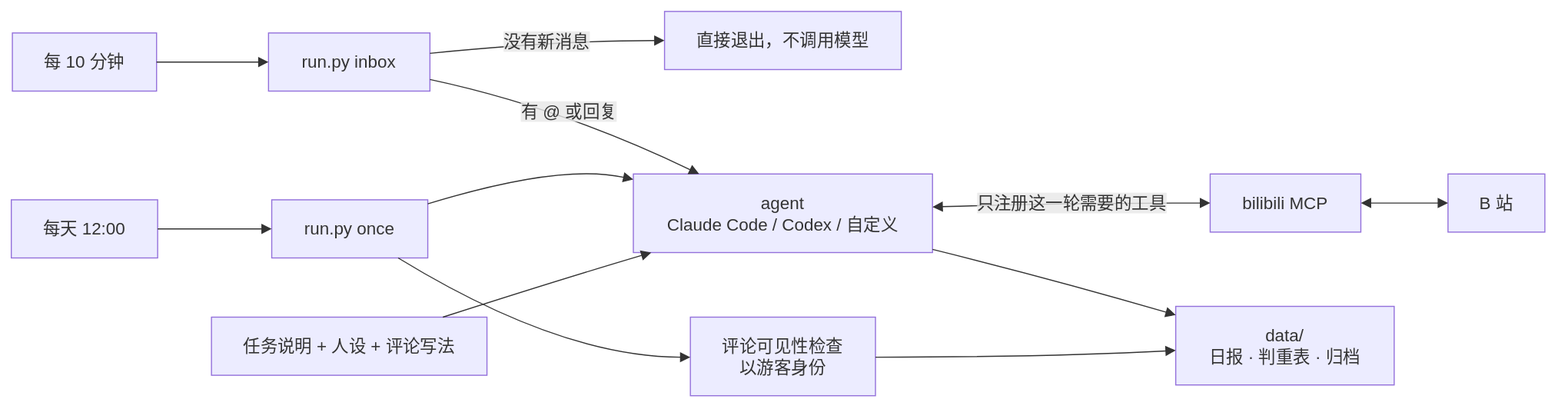
This is docs/architecture.drawio.svg from Jcxu97/claude-bili-scroll, a draw.io export, as it was before one commit. Source tidied: cells renumbered, new cells last; positions are measured from the earlier drawing's top-left corner, leaving out a move shared by most shapes. Source of this version:
```xml
<mxGraphModel>
  <root>
    <mxCell id="0" />
    <mxCell id="1" parent="0" />
    <mxCell id="2" value="每天 12:00" style="html=1;whiteSpace=wrap;strokeWidth=1;fillColor=light-dark(#ECECFF,#1f2020);strokeColor=light-dark(#9370DB,#cccccc);fontColor=light-dark(#333333,#cccccc);fontFamily=Trebuchet MS,Verdana,Arial,sans-serif;fontSize=16;" parent="1" vertex="1">
      <mxGeometry y="175" width="136" height="54" as="geometry" />
    </mxCell>
    <mxCell id="3" value="run.py once" style="html=1;whiteSpace=wrap;strokeWidth=1;fillColor=light-dark(#ECECFF,#1f2020);strokeColor=light-dark(#9370DB,#cccccc);fontColor=light-dark(#333333,#cccccc);fontFamily=Trebuchet MS,Verdana,Arial,sans-serif;fontSize=16;" parent="1" vertex="1">
      <mxGeometry x="242" y="175" width="145" height="54" as="geometry" />
    </mxCell>
    <mxCell id="4" value="每 10 分钟" style="html=1;whiteSpace=wrap;strokeWidth=1;fillColor=light-dark(#ECECFF,#1f2020);strokeColor=light-dark(#9370DB,#cccccc);fontColor=light-dark(#333333,#cccccc);fontFamily=Trebuchet MS,Verdana,Arial,sans-serif;fontSize=16;" parent="1" vertex="1">
      <mxGeometry x="1" y="20" width="134" height="54" as="geometry" />
    </mxCell>
    <mxCell id="5" value="run.py inbox" style="html=1;whiteSpace=wrap;strokeWidth=1;fillColor=light-dark(#ECECFF,#1f2020);strokeColor=light-dark(#9370DB,#cccccc);fontColor=light-dark(#333333,#cccccc);fontFamily=Trebuchet MS,Verdana,Arial,sans-serif;fontSize=16;" parent="1" vertex="1">
      <mxGeometry x="239" y="20" width="150" height="54" as="geometry" />
    </mxCell>
    <mxCell id="6" value="直接退出，不调用模型" style="html=1;whiteSpace=wrap;strokeWidth=1;fillColor=light-dark(#ECECFF,#1f2020);strokeColor=light-dark(#9370DB,#cccccc);fontColor=light-dark(#333333,#cccccc);fontFamily=Trebuchet MS,Verdana,Arial,sans-serif;fontSize=16;" parent="1" vertex="1">
      <mxGeometry x="607" width="220" height="54" as="geometry" />
    </mxCell>
    <mxCell id="7" value="agent&#10;Claude Code / Codex / 自定义" style="html=1;whiteSpace=wrap;strokeWidth=1;fillColor=light-dark(#ECECFF,#1f2020);strokeColor=light-dark(#9370DB,#cccccc);fontColor=light-dark(#333333,#cccccc);fontFamily=Trebuchet MS,Verdana,Arial,sans-serif;fontSize=16;" parent="1" vertex="1">
      <mxGeometry x="578" y="151" width="278" height="73" as="geometry" />
    </mxCell>
    <mxCell id="8" value="任务说明 + 人设 + 评论写法" style="html=1;whiteSpace=wrap;strokeWidth=1;fillColor=light-dark(#ECECFF,#1f2020);strokeColor=light-dark(#9370DB,#cccccc);fontColor=light-dark(#333333,#cccccc);fontFamily=Trebuchet MS,Verdana,Arial,sans-serif;fontSize=16;" parent="1" vertex="1">
      <mxGeometry x="186" y="284" width="256" height="54" as="geometry" />
    </mxCell>
    <mxCell id="9" value="bilibili MCP" style="html=1;whiteSpace=wrap;strokeWidth=1;fillColor=light-dark(#ECECFF,#1f2020);strokeColor=light-dark(#9370DB,#cccccc);fontColor=light-dark(#333333,#cccccc);fontFamily=Trebuchet MS,Verdana,Arial,sans-serif;fontSize=16;" parent="1" vertex="1">
      <mxGeometry x="1114" y="151" width="140" height="54" as="geometry" />
    </mxCell>
    <mxCell id="10" value="B 站" style="html=1;whiteSpace=wrap;strokeWidth=1;fillColor=light-dark(#ECECFF,#1f2020);strokeColor=light-dark(#9370DB,#cccccc);fontColor=light-dark(#333333,#cccccc);fontFamily=Trebuchet MS,Verdana,Arial,sans-serif;fontSize=16;" parent="1" vertex="1">
      <mxGeometry x="1335" y="151" width="90" height="54" as="geometry" />
    </mxCell>
    <mxCell id="11" value="data/&#10;日报 · 判重表 · 归档" style="html=1;whiteSpace=wrap;strokeWidth=1;fillColor=light-dark(#ECECFF,#1f2020);strokeColor=light-dark(#9370DB,#cccccc);fontColor=light-dark(#333333,#cccccc);fontFamily=Trebuchet MS,Verdana,Arial,sans-serif;fontSize=16;" parent="1" vertex="1">
      <mxGeometry x="1082" y="274" width="203" height="73" as="geometry" />
    </mxCell>
    <mxCell id="12" value="评论可见性检查&#10;以游客身份" style="html=1;whiteSpace=wrap;strokeWidth=1;fillColor=light-dark(#ECECFF,#1f2020);strokeColor=light-dark(#9370DB,#cccccc);fontColor=light-dark(#333333,#cccccc);fontFamily=Trebuchet MS,Verdana,Arial,sans-serif;fontSize=16;" parent="1" vertex="1">
      <mxGeometry x="631" y="284" width="172" height="73" as="geometry" />
    </mxCell>
    <mxCell id="13" style="curved=1;startArrow=none;endArrow=block;endSize=7;strokeColor=light-dark(#333333,#cccccc);exitX=1;exitY=0.5;entryX=0;entryY=0.5;" parent="1" edge="1" source="2" target="3">
      <mxGeometry relative="1" as="geometry" />
    </mxCell>
    <mxCell id="14" style="curved=1;startArrow=none;endArrow=block;endSize=7;strokeColor=light-dark(#333333,#cccccc);exitX=1;exitY=0.5;entryX=0;entryY=0.5;" parent="1" edge="1" source="4" target="5">
      <mxGeometry relative="1" as="geometry" />
    </mxCell>
    <mxCell id="15" value="没有新消息" style="curved=1;startArrow=none;endArrow=block;endSize=7;strokeColor=light-dark(#333333,#cccccc);html=1;fontSize=16;labelBackgroundColor=light-dark(#E8E8E88D,#2a2a2a8D);fontFamily=Trebuchet MS,Verdana,Arial,sans-serif;fontColor=light-dark(#333333,#cccccc);exitX=1;exitY=0.35;entryX=0;entryY=0.5;" parent="1" edge="1" source="5" target="6">
      <mxGeometry relative="1" as="geometry">
        <Array as="points">
          <mxPoint x="510" y="27" />
        </Array>
      </mxGeometry>
    </mxCell>
    <mxCell id="16" value="有 @ 或回复" style="curved=1;startArrow=none;endArrow=block;endSize=7;strokeColor=light-dark(#333333,#cccccc);html=1;fontSize=16;labelBackgroundColor=light-dark(#E8E8E88D,#2a2a2a8D);fontFamily=Trebuchet MS,Verdana,Arial,sans-serif;fontColor=light-dark(#333333,#cccccc);exitX=1;exitY=0.8;entryX=0.22;entryY=0;" parent="1" edge="1" source="5" target="7">
      <mxGeometry relative="1" as="geometry">
        <Array as="points">
          <mxPoint x="510" y="89" />
        </Array>
      </mxGeometry>
    </mxCell>
    <mxCell id="17" style="curved=1;startArrow=none;endArrow=block;endSize=7;strokeColor=light-dark(#333333,#cccccc);exitX=1;exitY=0.07;entryX=0;entryY=0.07;" parent="1" edge="1" source="3" target="7">
      <mxGeometry relative="1" as="geometry">
        <Array as="points">
          <mxPoint x="510" y="141" />
        </Array>
      </mxGeometry>
    </mxCell>
    <mxCell id="18" style="curved=1;startArrow=none;endArrow=block;endSize=7;strokeColor=light-dark(#333333,#cccccc);exitX=0.84;exitY=0;entryX=0.06;entryY=1;" parent="1" edge="1" source="8" target="7">
      <mxGeometry relative="1" as="geometry">
        <Array as="points">
          <mxPoint x="510" y="249" />
        </Array>
      </mxGeometry>
    </mxCell>
    <mxCell id="19" value="只注册这一轮需要的工具" style="curved=1;startArrow=block;startSize=7;endArrow=block;endSize=7;strokeColor=light-dark(#333333,#cccccc);html=1;fontSize=16;labelBackgroundColor=light-dark(#E8E8E88D,#2a2a2a8D);fontFamily=Trebuchet MS,Verdana,Arial,sans-serif;fontColor=light-dark(#333333,#cccccc);exitX=1;exitY=0.42;entryX=0;entryY=0.5;" parent="1" edge="1" source="7" target="9">
      <mxGeometry relative="1" as="geometry">
        <Array as="points">
          <mxPoint x="969" y="178" />
        </Array>
      </mxGeometry>
    </mxCell>
    <mxCell id="20" style="curved=1;startArrow=block;startSize=7;endArrow=block;endSize=7;strokeColor=light-dark(#333333,#cccccc);exitX=1;exitY=0.5;entryX=0;entryY=0.5;" parent="1" edge="1" source="9" target="10">
      <mxGeometry relative="1" as="geometry" />
    </mxCell>
    <mxCell id="21" style="curved=1;startArrow=none;endArrow=block;endSize=7;strokeColor=light-dark(#333333,#cccccc);exitX=1;exitY=0.96;entryX=0;entryY=0.11;" parent="1" edge="1" source="7" target="11">
      <mxGeometry relative="1" as="geometry">
        <Array as="points">
          <mxPoint x="969" y="249" />
        </Array>
      </mxGeometry>
    </mxCell>
    <mxCell id="22" style="curved=1;startArrow=none;endArrow=block;endSize=7;strokeColor=light-dark(#333333,#cccccc);exitX=0.81;exitY=1;entryX=0;entryY=0.51;" parent="1" edge="1" source="3" target="12">
      <mxGeometry relative="1" as="geometry">
        <Array as="points">
          <mxPoint x="510" y="321" />
        </Array>
      </mxGeometry>
    </mxCell>
    <mxCell id="23" style="curved=1;startArrow=none;endArrow=block;endSize=7;strokeColor=light-dark(#333333,#cccccc);exitX=1;exitY=0.51;entryX=0;entryY=0.56;" parent="1" edge="1" source="12" target="11">
      <mxGeometry relative="1" as="geometry">
        <Array as="points">
          <mxPoint x="969" y="321" />
        </Array>
      </mxGeometry>
    </mxCell>
  </root>
</mxGraphModel>
```
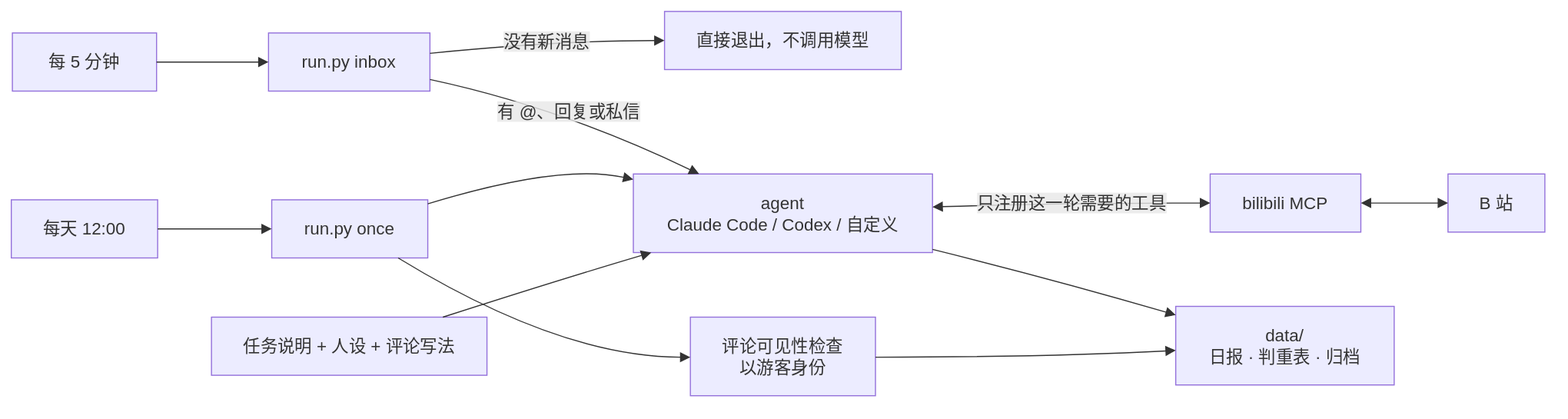
After the commit.

Change to the diagram source:
```diff
@@ -8,7 +8,7 @@
     <mxCell id="3" value="run.py once" style="html=1;whiteSpace=wrap;strokeWidth=1;fillColor=light-dark(#ECECFF,#1f2020);strokeColor=light-dark(#9370DB,#cccccc);fontColor=light-dark(#333333,#cccccc);fontFamily=Trebuchet MS,Verdana,Arial,sans-serif;fontSize=16;" parent="1" vertex="1">
       <mxGeometry x="242" y="175" width="145" height="54" as="geometry" />
     </mxCell>
-    <mxCell id="4" value="每 10 分钟" style="html=1;whiteSpace=wrap;strokeWidth=1;fillColor=light-dark(#ECECFF,#1f2020);strokeColor=light-dark(#9370DB,#cccccc);fontColor=light-dark(#333333,#cccccc);fontFamily=Trebuchet MS,Verdana,Arial,sans-serif;fontSize=16;" parent="1" vertex="1">
+    <mxCell id="4" value="每 5 分钟" style="html=1;whiteSpace=wrap;strokeWidth=1;fillColor=light-dark(#ECECFF,#1f2020);strokeColor=light-dark(#9370DB,#cccccc);fontColor=light-dark(#333333,#cccccc);fontFamily=Trebuchet MS,Verdana,Arial,sans-serif;fontSize=16;" parent="1" vertex="1">
       <mxGeometry x="1" y="20" width="134" height="54" as="geometry" />
     </mxCell>
     <mxCell id="5" value="run.py inbox" style="html=1;whiteSpace=wrap;strokeWidth=1;fillColor=light-dark(#ECECFF,#1f2020);strokeColor=light-dark(#9370DB,#cccccc);fontColor=light-dark(#333333,#cccccc);fontFamily=Trebuchet MS,Verdana,Arial,sans-serif;fontSize=16;" parent="1" vertex="1">
@@ -48,7 +48,7 @@
         </Array>
       </mxGeometry>
     </mxCell>
-    <mxCell id="16" value="有 @ 或回复" style="curved=1;startArrow=none;endArrow=block;endSize=7;strokeColor=light-dark(#333333,#cccccc);html=1;fontSize=16;labelBackgroundColor=light-dark(#E8E8E88D,#2a2a2a8D);fontFamily=Trebuchet MS,Verdana,Arial,sans-serif;fontColor=light-dark(#333333,#cccccc);exitX=1;exitY=0.8;entryX=0.22;entryY=0;" parent="1" edge="1" source="5" target="7">
+    <mxCell id="16" value="有 @、回复或私信" style="curved=1;startArrow=none;endArrow=block;endSize=7;strokeColor=light-dark(#333333,#cccccc);html=1;fontSize=16;labelBackgroundColor=light-dark(#E8E8E88D,#2a2a2a8D);fontFamily=Trebuchet MS,Verdana,Arial,sans-serif;fontColor=light-dark(#333333,#cccccc);exitX=1;exitY=0.8;entryX=0.22;entryY=0;" parent="1" edge="1" source="5" target="7">
       <mxGeometry relative="1" as="geometry">
         <Array as="points">
           <mxPoint x="510" y="89" />
```
